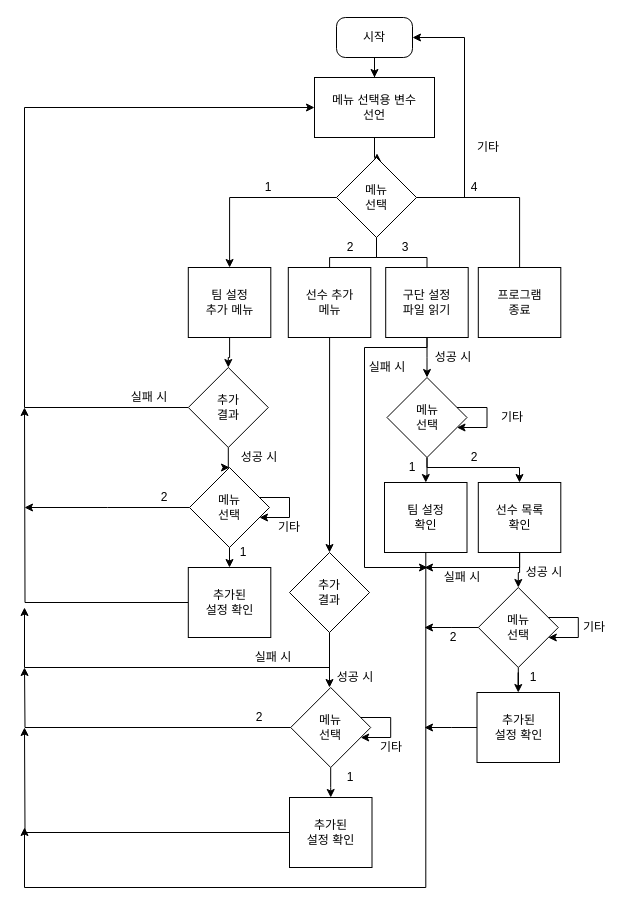
Above: Untitled Diagram.drawio in lrynn/1-LIGUE-DDI-MANAGER-11-12 (draw.io), before the change. Source tidied: cells renumbered, new cells numbered last; positions are measured from the earlier drawing's top-left corner, leaving out a move shared by most shapes. Both pictures are drawn from the tidied source at 100%, with x=0, y=0 at pixel (24, 17).
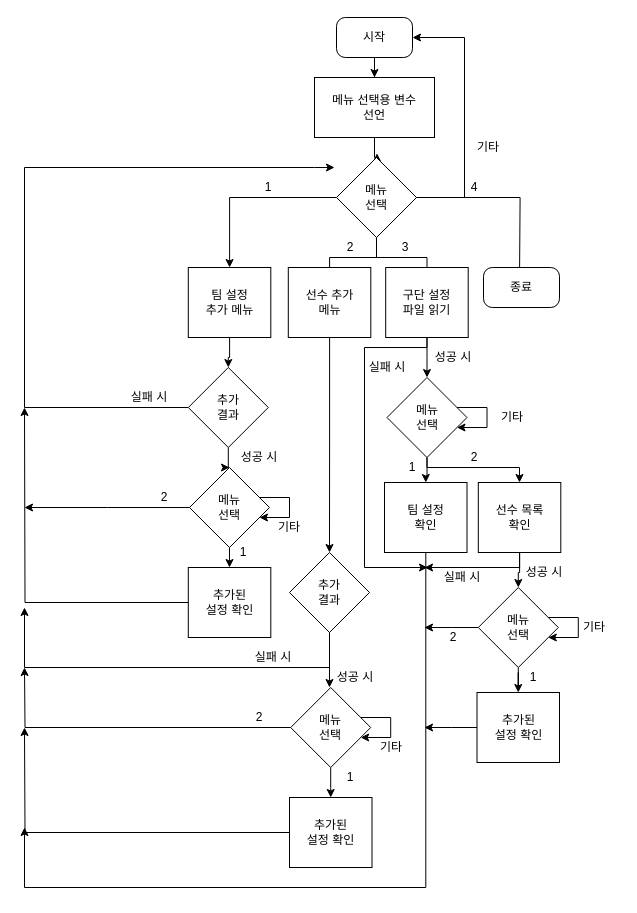
The same page after the edit.

The change refers to these unchanged cells:
```xml
<mxCell id="5" value="메뉴 선택용 변수&lt;br&gt;선언" style="rounded=0;whiteSpace=wrap;html=1;" parent="1" vertex="1">
  <mxGeometry x="290" y="60" width="120" height="60" as="geometry" />
</mxCell>
<mxCell id="24" value="메뉴&lt;br&gt;선택" style="rhombus;whiteSpace=wrap;html=1;rounded=0;shadow=0;sketch=0;fillColor=#ffffff;" parent="1" vertex="1">
  <mxGeometry x="312" y="140" width="80" height="80" as="geometry" />
</mxCell>
<mxCell id="27" value="추가&lt;br&gt;결과" style="rhombus;whiteSpace=wrap;html=1;rounded=0;shadow=0;sketch=0;fillColor=#ffffff;" parent="1" vertex="1">
  <mxGeometry x="163.8" y="350" width="80" height="80" as="geometry" />
</mxCell>
```

The edit, as a diff of the source:
```diff
@@
-    <mxCell id="18" value="프로그램&lt;br&gt;종료" style="rounded=0;whiteSpace=wrap;html=1;shadow=0;sketch=0;fillColor=#ffffff;" parent="1" vertex="1">
-      <mxGeometry x="453.8" y="250" width="82.5" height="70" as="geometry" />
-    </mxCell>
@@
-    <mxCell id="22" style="edgeStyle=orthogonalEdgeStyle;rounded=0;jettySize=auto;html=1;endArrow=none;endFill=0;" parent="1" edge="1" source="24" target="18">
-      <mxGeometry relative="1" as="geometry" />
+    <mxCell id="22" style="edgeStyle=orthogonalEdgeStyle;rounded=0;jettySize=auto;html=1;endArrow=none;endFill=0;" parent="1" edge="1" source="24">
+      <mxGeometry relative="1" as="geometry">
+        <mxPoint x="495.1" y="250" as="targetPoint" />
+      </mxGeometry>
     </mxCell>
@@
-    <mxCell id="25" style="edgeStyle=orthogonalEdgeStyle;rounded=0;jettySize=auto;html=1;entryX=0;entryY=0.5;entryDx=0;entryDy=0;endArrow=classic;endFill=1;" parent="1" edge="1" source="27" target="5">
+    <mxCell id="25" style="edgeStyle=orthogonalEdgeStyle;rounded=0;jettySize=auto;html=1;endArrow=classic;endFill=1;" parent="1" edge="1" source="27">
       <mxGeometry relative="1" as="geometry">
+        <mxPoint x="310" y="150" as="targetPoint" />
         <Array as="points">
           <mxPoint y="390" />
-          <mxPoint y="90" />
+          <mxPoint y="150" />
+          <mxPoint x="290" y="150" />
         </Array>
       </mxGeometry>
     </mxCell>
@@
+    <mxCell id="78" value="종료" style="rounded=1;whiteSpace=wrap;html=1;arcSize=22;" parent="1" vertex="1">
+      <mxGeometry x="459" y="250" width="76" height="40" as="geometry" />
+    </mxCell>
```
